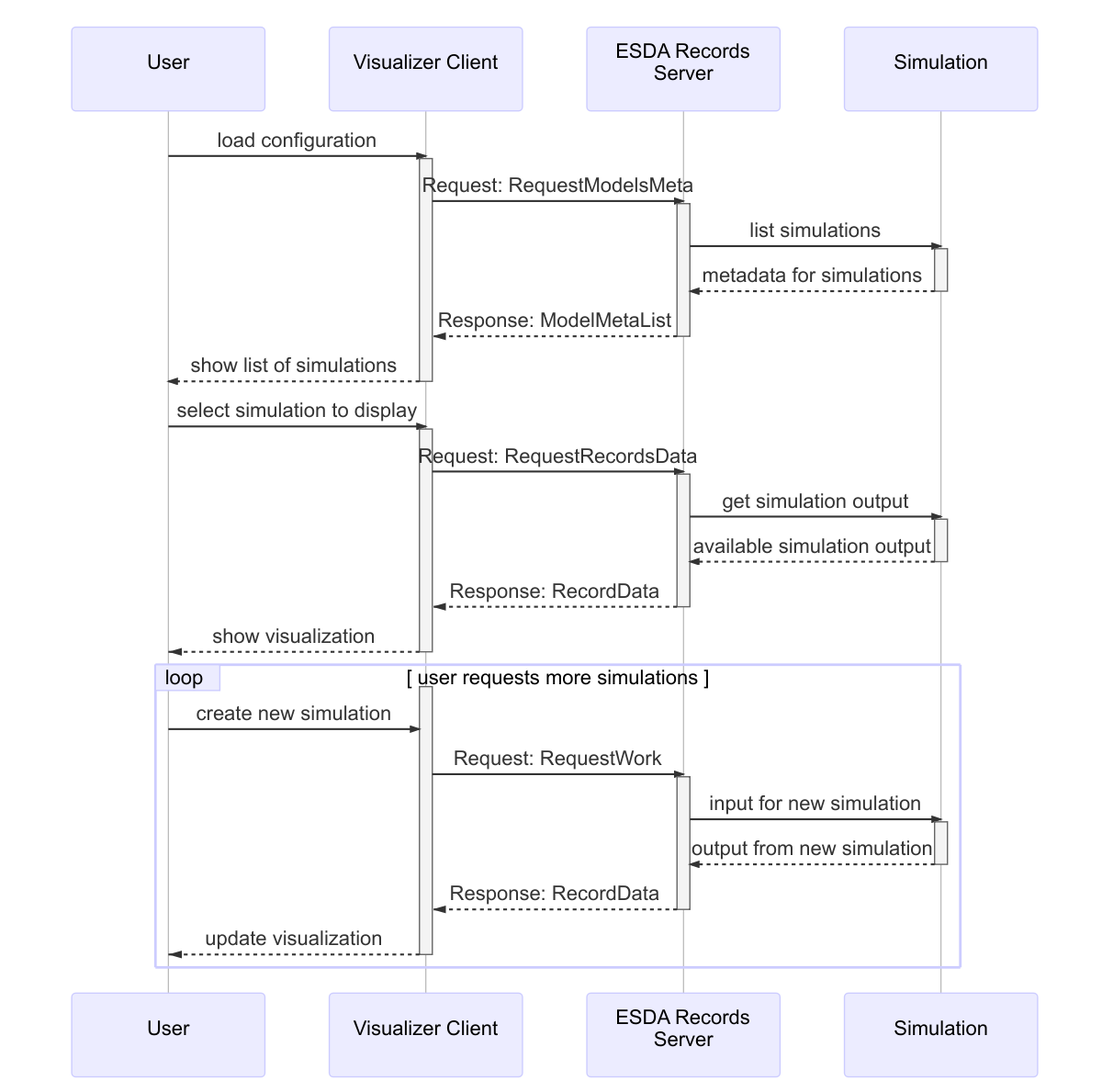
Above: simulation-rpc.mermaid.png in NREL/AESD (Mermaid), before the change. Its source is kept beside it as simulation-rpc.mermaid.
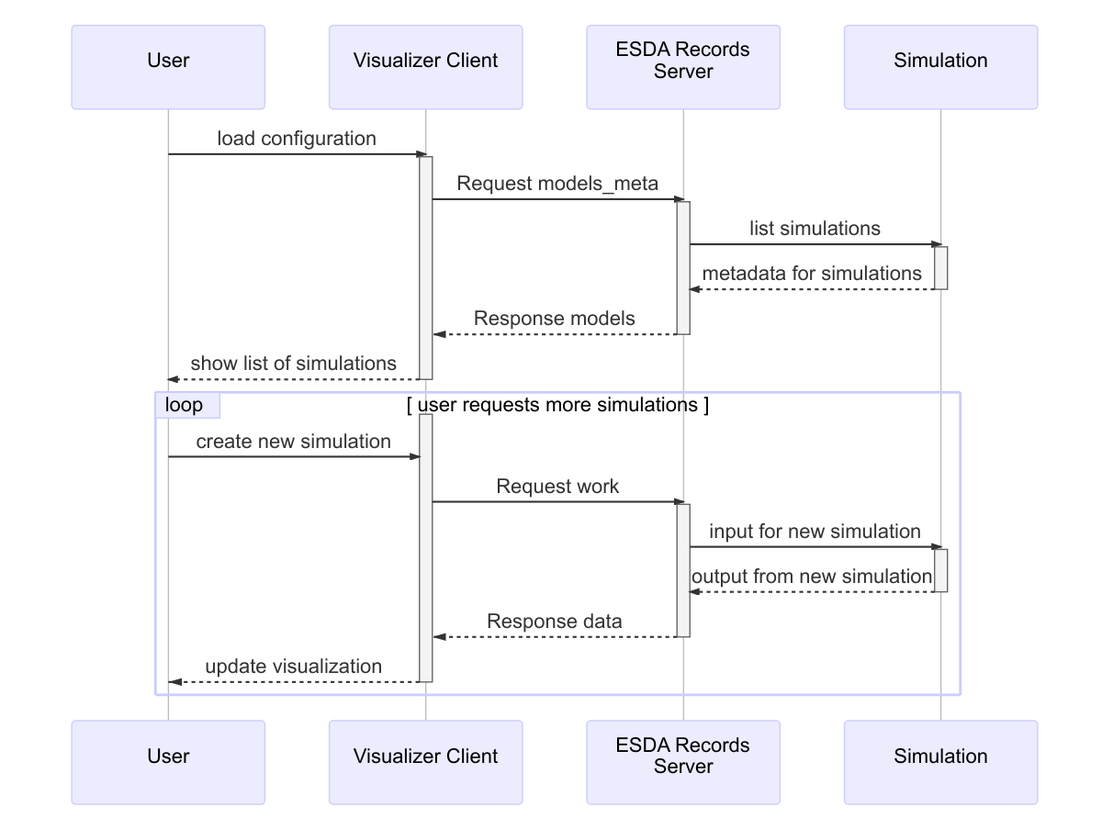
Later version of the same file.

The edit, as a diff of the source:
```diff
@@ -7,40 +7,27 @@
 
 User ->> Visualizer Client: load configuration
 activate Visualizer Client
-Visualizer Client ->> ESDA Records Server: Request: RequestModelsMeta
+Visualizer Client ->> ESDA Records Server: Request models_meta
 activate ESDA Records Server
 ESDA Records Server ->> Simulation: list simulations
 activate Simulation
 Simulation -->> ESDA Records Server: metadata for simulations
 deactivate Simulation
-ESDA Records Server --x Visualizer Client: Response: ModelMetaList
+ESDA Records Server --x Visualizer Client: Response models
 deactivate ESDA Records Server
 Visualizer Client -->> User: show list of simulations
-deactivate Visualizer Client
-
-User ->> Visualizer Client: select simulation to display
-activate Visualizer Client
-Visualizer Client ->> ESDA Records Server: Request: RequestRecordsData
-activate ESDA Records Server
-ESDA Records Server ->> Simulation: get simulation output
-activate Simulation
-Simulation -->> ESDA Records Server: available simulation output
-deactivate Simulation
-ESDA Records Server --x Visualizer Client: Response: RecordData
-deactivate ESDA Records Server
-Visualizer Client --x User: show visualization
 deactivate Visualizer Client
 
 loop user requests more simulations
   activate Visualizer Client
   User ->> Visualizer Client: create new simulation
-  Visualizer Client ->> ESDA Records Server: Request: RequestWork
+  Visualizer Client ->> ESDA Records Server: Request work
   activate ESDA Records Server
   ESDA Records Server ->> Simulation: input for new simulation
   activate Simulation
   Simulation -->> ESDA Records Server: output from new simulation
   deactivate Simulation
-  ESDA Records Server --x Visualizer Client: Response: RecordData
+  ESDA Records Server --x Visualizer Client: Response data
   deactivate ESDA Records Server
   Visualizer Client --x User: update visualization
   deactivate Visualizer Client
```
